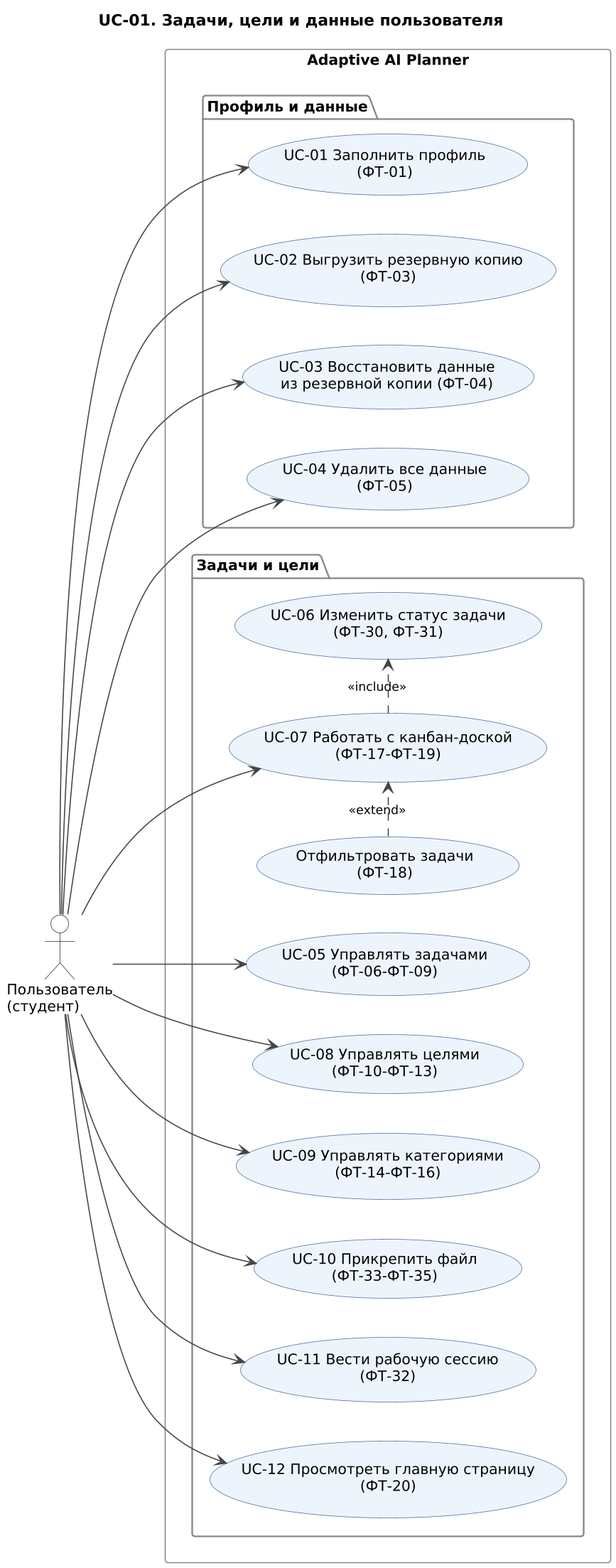
This is docs/uml/png/UC-01_zadachi.png from freez044/kpo_project, a PlantUML export, as it was before one commit.
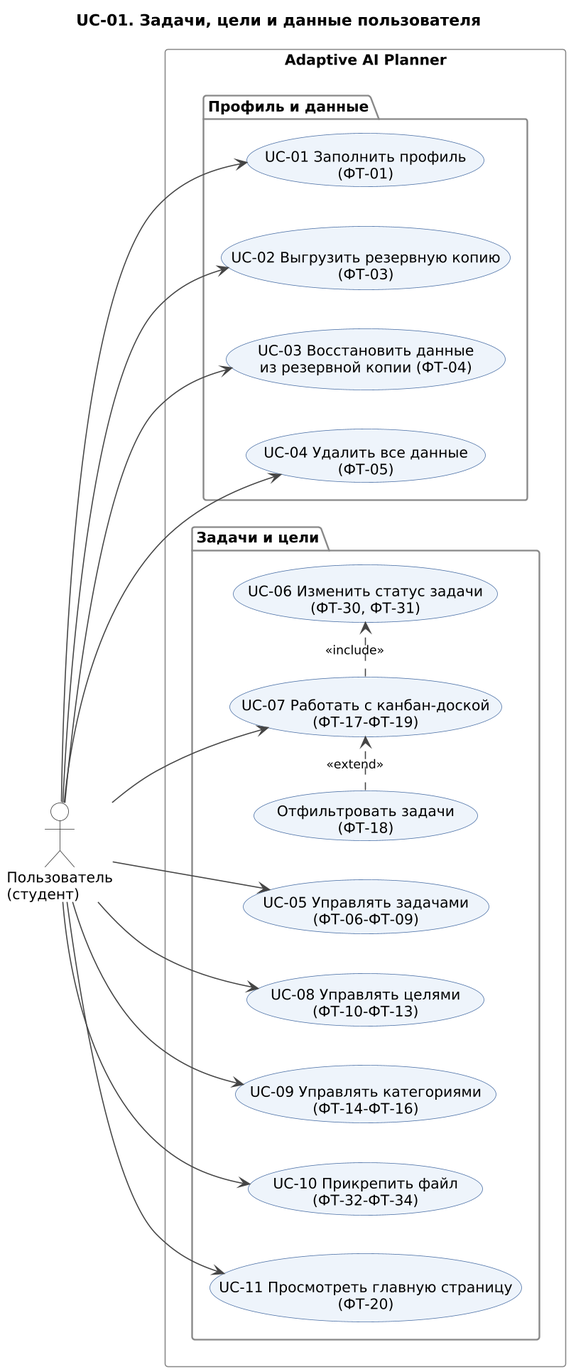
The same diagram one commit later.

What changed in the source:
```diff
@@ -19,9 +19,8 @@
     usecase "Отфильтровать задачи\n(ФТ-18)" as UC07F
     usecase "UC-08 Управлять целями\n(ФТ-10-ФТ-13)" as UC08
     usecase "UC-09 Управлять категориями\n(ФТ-14-ФТ-16)" as UC09
-    usecase "UC-10 Прикрепить файл\n(ФТ-33-ФТ-35)" as UC10
-    usecase "UC-11 Вести рабочую сессию\n(ФТ-32)" as UC11
-    usecase "UC-12 Просмотреть главную страницу\n(ФТ-20)" as UC12
+    usecase "UC-10 Прикрепить файл\n(ФТ-32-ФТ-34)" as UC10
+    usecase "UC-11 Просмотреть главную страницу\n(ФТ-20)" as UC11
   }
 }
 
@@ -35,7 +34,6 @@
 U --> UC09
 U --> UC10
 U --> UC11
-U --> UC12
 
 UC07 .> UC06 : <<include>>
 UC07F .> UC07 : <<extend>>
```
